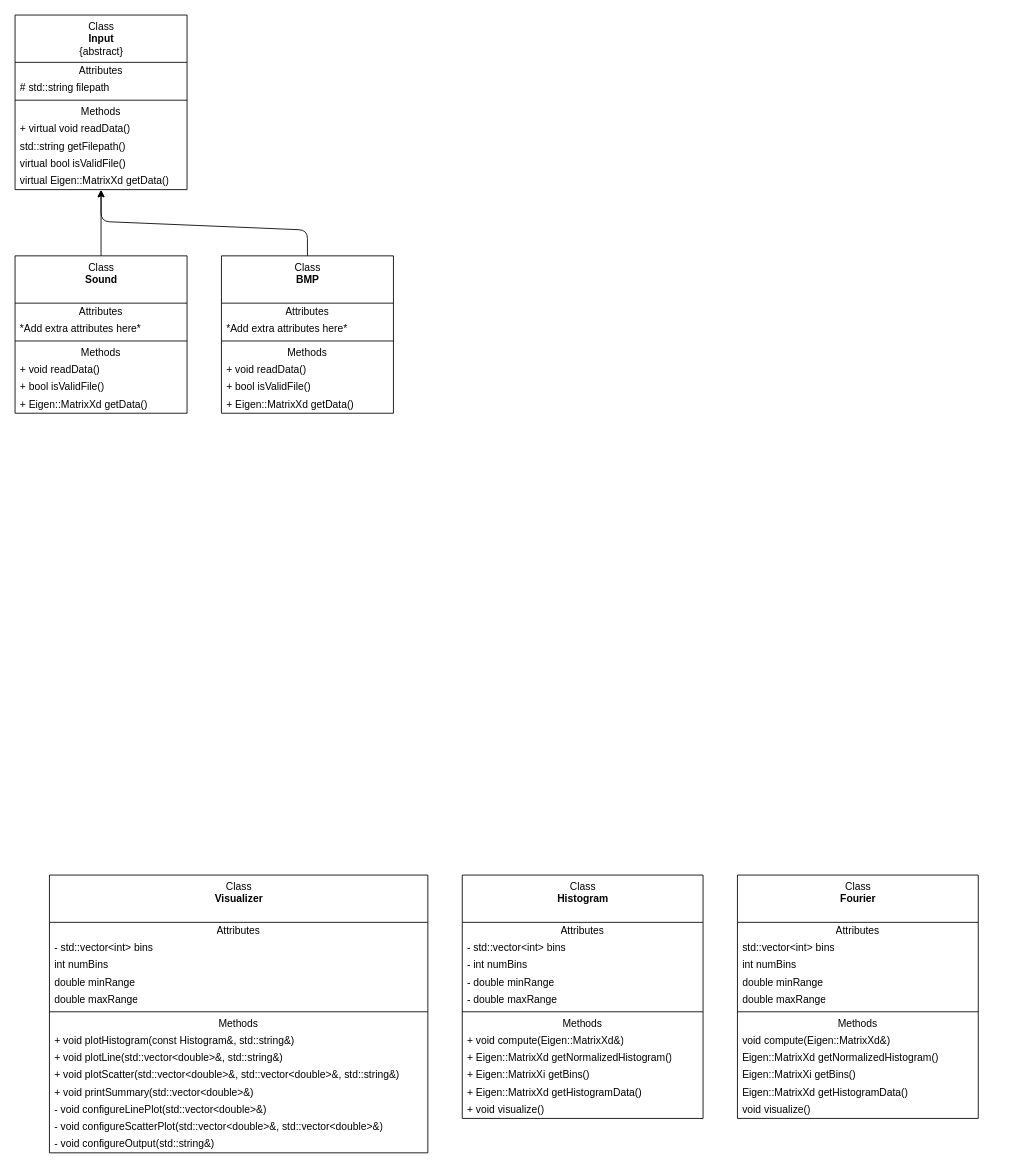
fedenicolo/PCSC_fourier keeps this draw.io diagram as class-diagram.drawio. Above is the earlier version. Source tidied: cells renumbered, new cells numbered last; positions are measured from the earlier drawing's top-left corner, leaving out a move shared by most shapes. Both pictures are drawn from the tidied source at 86%, with x=0, y=0 at pixel (15, 15).
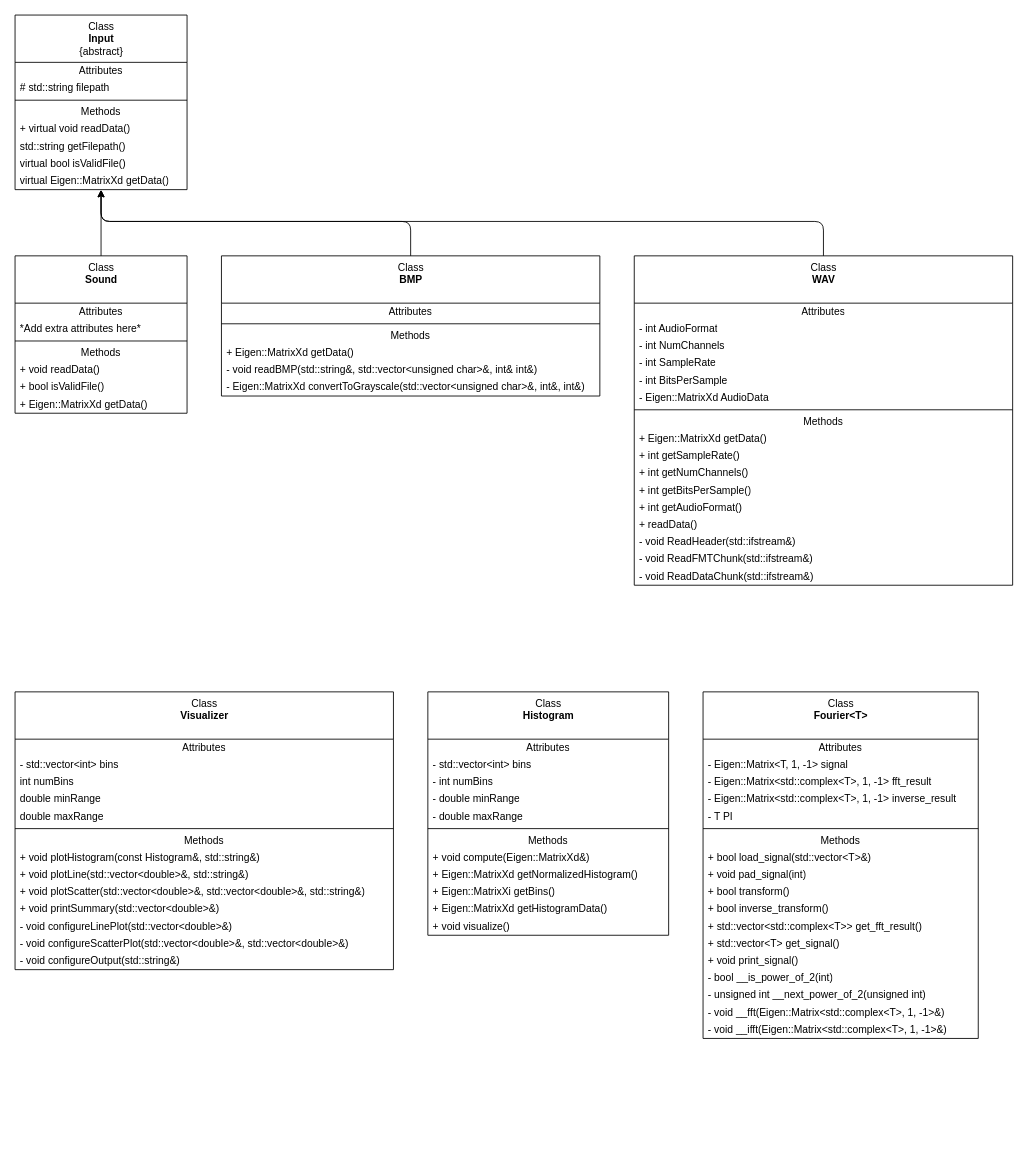
Above is the later version.

Commit message (it also covers changes not shown here):
Removed problematic findPackage function for Eigen3 in CMakeLists. We dont need this since Eigen is a local folder. Also added to the class diagram

Unchanged cells that the change refers to:
```xml
<mxCell id="10" value="virtual Eigen::MatrixXd getData()" style="text;html=1;strokeColor=none;fillColor=none;align=left;verticalAlign=middle;spacingLeft=4;spacingRight=4;overflow=hidden;points=[[0,0.5],[1,0.5]];portConstraint=eastwest;" parent="2" vertex="1">
  <mxGeometry y="183" width="200" height="20" as="geometry" />
</mxCell>
```

What changed in the source:
```diff
@@
     <mxCell id="20" value="Class&lt;br&gt;&lt;b&gt;BMP&lt;/b&gt;" style="swimlane;fontStyle=0;align=center;verticalAlign=top;horizontal=1;startSize=55;html=1;" parent="1" vertex="1">
-      <mxGeometry x="240" y="280" width="200" height="183" as="geometry" />
+      <mxGeometry x="240" y="280" width="440" height="163" as="geometry" />
     </mxCell>
     <mxCell id="21" value="Attributes" style="text;html=1;strokeColor=none;fillColor=none;align=center;verticalAlign=middle;spacingLeft=4;spacingRight=4;overflow=hidden;" parent="20" vertex="1">
-      <mxGeometry y="55" width="200" height="20" as="geometry" />
+      <mxGeometry y="55" width="440" height="20" as="geometry" />
     </mxCell>
-    <mxCell id="22" value="*Add extra attributes here*" style="text;html=1;strokeColor=none;fillColor=none;align=left;verticalAlign=middle;spacingLeft=4;spacingRight=4;overflow=hidden;" parent="20" vertex="1">
-      <mxGeometry y="75" width="200" height="20" as="geometry" />
-    </mxCell>
     <mxCell id="23" style="line;strokeWidth=1;fillColor=none;align=left;verticalAlign=middle;spacingTop=-1;spacingLeft=3;spacingRight=3;labelPosition=right;" parent="20" vertex="1">
-      <mxGeometry y="95" width="200" height="8" as="geometry" />
+      <mxGeometry y="75" width="440" height="8" as="geometry" />
     </mxCell>
     <mxCell id="24" value="Methods" style="text;html=1;strokeColor=none;fillColor=none;align=center;verticalAlign=middle;spacingLeft=4;spacingRight=4;overflow=hidden;" parent="20" vertex="1">
-      <mxGeometry y="103" width="200" height="20" as="geometry" />
+      <mxGeometry y="83" width="440" height="20" as="geometry" />
     </mxCell>
-    <mxCell id="25" value="+ void readData()" style="text;html=1;strokeColor=none;fillColor=none;align=left;verticalAlign=middle;spacingLeft=4;spacingRight=4;overflow=hidden;" parent="20" vertex="1">
-      <mxGeometry y="123" width="200" height="20" as="geometry" />
+    <mxCell id="25" value="+ Eigen::MatrixXd getData()" style="text;html=1;strokeColor=none;fillColor=none;align=left;verticalAlign=middle;spacingLeft=4;spacingRight=4;overflow=hidden;" parent="20" vertex="1">
+      <mxGeometry y="103" width="440" height="20" as="geometry" />
     </mxCell>
-    <mxCell id="26" value="+ bool isValidFile()" style="text;html=1;strokeColor=none;fillColor=none;align=left;verticalAlign=middle;spacingLeft=4;spacingRight=4;overflow=hidden;" parent="20" vertex="1">
-      <mxGeometry y="143" width="200" height="20" as="geometry" />
+    <mxCell id="26" value="- void readBMP(std::string&amp;amp;, std::vector&amp;lt;unsigned char&amp;gt;&amp;amp;, int&amp;amp; int&amp;amp;)" style="text;html=1;strokeColor=none;fillColor=none;align=left;verticalAlign=middle;spacingLeft=4;spacingRight=4;overflow=hidden;" parent="20" vertex="1">
+      <mxGeometry y="123" width="440" height="20" as="geometry" />
     </mxCell>
-    <mxCell id="27" value="+ Eigen::MatrixXd getData()" style="text;html=1;strokeColor=none;fillColor=none;align=left;verticalAlign=middle;spacingLeft=4;spacingRight=4;overflow=hidden;" parent="20" vertex="1">
-      <mxGeometry y="163" width="200" height="20" as="geometry" />
+    <mxCell id="27" value="- Eigen::MatrixXd convertToGrayscale(std::vector&amp;lt;unsigned char&amp;gt;&amp;amp;, int&amp;amp;, int&amp;amp;)" style="text;html=1;strokeColor=none;fillColor=none;align=left;verticalAlign=middle;spacingLeft=4;spacingRight=4;overflow=hidden;" parent="20" vertex="1">
+      <mxGeometry y="143" width="440" height="20" as="geometry" />
     </mxCell>
     <mxCell id="28" style="endArrow=classic;html=1;entryX=0.5;entryY=1.02;entryDx=0;entryDy=0;entryPerimeter=0;exitX=0.5;exitY=0;exitDx=0;exitDy=0;" parent="1" edge="1" source="20" target="10">
       <mxGeometry relative="1" as="geometry">
         <Array as="points">
-          <mxPoint x="340" y="250" />
+          <mxPoint x="460" y="240" />
           <mxPoint x="100" y="240" />
         </Array>
       </mxGeometry>
     </mxCell>
     <mxCell id="29" value="Class&lt;br&gt;&lt;b&gt;Histogram&lt;/b&gt;" style="swimlane;fontStyle=0;align=center;verticalAlign=top;horizontal=1;startSize=55;html=1;" parent="1" vertex="1">
-      <mxGeometry x="520" y="1000" width="280" height="283" as="geometry" />
+      <mxGeometry x="480" y="787" width="280" height="283" as="geometry" />
     </mxCell>
@@
-    <mxCell id="42" value="Class&lt;br&gt;&lt;b&gt;Fourier&lt;/b&gt;" style="swimlane;fontStyle=0;align=center;verticalAlign=top;horizontal=1;startSize=55;html=1;" parent="1" vertex="1">
-      <mxGeometry x="840" y="1000" width="280" height="283" as="geometry" />
+    <mxCell id="42" value="Class&lt;br&gt;&lt;b&gt;Fourier&amp;lt;T&amp;gt;&lt;/b&gt;" style="swimlane;fontStyle=0;align=center;verticalAlign=top;horizontal=1;startSize=55;html=1;" parent="1" vertex="1">
+      <mxGeometry x="800" y="787" width="320" height="403" as="geometry" />
     </mxCell>
     <mxCell id="43" value="Attributes" style="text;html=1;strokeColor=none;fillColor=none;align=center;verticalAlign=middle;spacingLeft=4;spacingRight=4;overflow=hidden;" parent="42" vertex="1">
-      <mxGeometry y="55" width="280" height="20" as="geometry" />
+      <mxGeometry y="55" width="320" height="20" as="geometry" />
     </mxCell>
-    <mxCell id="44" value="std::vector&amp;lt;int&amp;gt; bins" style="text;html=1;strokeColor=none;fillColor=none;align=left;verticalAlign=middle;spacingLeft=4;spacingRight=4;overflow=hidden;" parent="42" vertex="1">
-      <mxGeometry y="75" width="280" height="20" as="geometry" />
+    <mxCell id="44" value="- Eigen::Matrix&amp;lt;T, 1, -1&amp;gt; signal" style="text;html=1;strokeColor=none;fillColor=none;align=left;verticalAlign=middle;spacingLeft=4;spacingRight=4;overflow=hidden;" parent="42" vertex="1">
+      <mxGeometry y="75" width="320" height="20" as="geometry" />
     </mxCell>
-    <mxCell id="45" value="int numBins" style="text;html=1;strokeColor=none;fillColor=none;align=left;verticalAlign=middle;spacingLeft=4;spacingRight=4;overflow=hidden;" parent="42" vertex="1">
-      <mxGeometry y="95" width="280" height="20" as="geometry" />
+    <mxCell id="45" value="- Eigen::Matrix&amp;lt;std::complex&amp;lt;T&amp;gt;, 1, -1&amp;gt; fft_result" style="text;html=1;strokeColor=none;fillColor=none;align=left;verticalAlign=middle;spacingLeft=4;spacingRight=4;overflow=hidden;" parent="42" vertex="1">
+      <mxGeometry y="95" width="320" height="20" as="geometry" />
     </mxCell>
-    <mxCell id="46" value="double minRange" style="text;html=1;strokeColor=none;fillColor=none;align=left;verticalAlign=middle;spacingLeft=4;spacingRight=4;overflow=hidden;" parent="42" vertex="1">
-      <mxGeometry y="115" width="280" height="20" as="geometry" />
+    <mxCell id="46" value="- Eigen::Matrix&amp;lt;std::complex&amp;lt;T&amp;gt;, 1, -1&amp;gt; inverse_result" style="text;html=1;strokeColor=none;fillColor=none;align=left;verticalAlign=middle;spacingLeft=4;spacingRight=4;overflow=hidden;" parent="42" vertex="1">
+      <mxGeometry y="115" width="320" height="20" as="geometry" />
     </mxCell>
-    <mxCell id="47" value="double maxRange" style="text;html=1;strokeColor=none;fillColor=none;align=left;verticalAlign=middle;spacingLeft=4;spacingRight=4;overflow=hidden;" parent="42" vertex="1">
-      <mxGeometry y="135" width="280" height="20" as="geometry" />
+    <mxCell id="47" value="- T PI" style="text;html=1;strokeColor=none;fillColor=none;align=left;verticalAlign=middle;spacingLeft=4;spacingRight=4;overflow=hidden;" parent="42" vertex="1">
+      <mxGeometry y="135" width="320" height="20" as="geometry" />
     </mxCell>
     <mxCell id="48" style="line;strokeWidth=1;fillColor=none;align=left;verticalAlign=middle;spacingTop=-1;spacingLeft=3;spacingRight=3;labelPosition=right;" parent="42" vertex="1">
-      <mxGeometry y="155" width="280" height="8" as="geometry" />
+      <mxGeometry y="155" width="320" height="8" as="geometry" />
     </mxCell>
     <mxCell id="49" value="Methods" style="text;html=1;strokeColor=none;fillColor=none;align=center;verticalAlign=middle;spacingLeft=4;spacingRight=4;overflow=hidden;" parent="42" vertex="1">
-      <mxGeometry y="163" width="280" height="20" as="geometry" />
+      <mxGeometry y="163" width="320" height="20" as="geometry" />
     </mxCell>
-    <mxCell id="50" value="void compute(Eigen::MatrixXd&amp;amp;)" style="text;html=1;strokeColor=none;fillColor=none;align=left;verticalAlign=middle;spacingLeft=4;spacingRight=4;overflow=hidden;" parent="42" vertex="1">
-      <mxGeometry y="183" width="280" height="20" as="geometry" />
+    <mxCell id="50" value="+ bool load_signal(std::vector&amp;lt;T&amp;gt;&amp;amp;)" style="text;html=1;strokeColor=none;fillColor=none;align=left;verticalAlign=middle;spacingLeft=4;spacingRight=4;overflow=hidden;" parent="42" vertex="1">
+      <mxGeometry y="183" width="320" height="20" as="geometry" />
     </mxCell>
-    <mxCell id="51" value="Eigen::MatrixXd getNormalizedHistogram()" style="text;html=1;strokeColor=none;fillColor=none;align=left;verticalAlign=middle;spacingLeft=4;spacingRight=4;overflow=hidden;" parent="42" vertex="1">
-      <mxGeometry y="203" width="280" height="20" as="geometry" />
+    <mxCell id="51" value="+ void pad_signal(int)" style="text;html=1;strokeColor=none;fillColor=none;align=left;verticalAlign=middle;spacingLeft=4;spacingRight=4;overflow=hidden;" parent="42" vertex="1">
+      <mxGeometry y="203" width="320" height="20" as="geometry" />
     </mxCell>
-    <mxCell id="52" value="Eigen::MatrixXi getBins()" style="text;html=1;strokeColor=none;fillColor=none;align=left;verticalAlign=middle;spacingLeft=4;spacingRight=4;overflow=hidden;" parent="42" vertex="1">
-      <mxGeometry y="223" width="280" height="20" as="geometry" />
+    <mxCell id="52" value="+ bool transform()" style="text;html=1;strokeColor=none;fillColor=none;align=left;verticalAlign=middle;spacingLeft=4;spacingRight=4;overflow=hidden;" parent="42" vertex="1">
+      <mxGeometry y="223" width="320" height="20" as="geometry" />
     </mxCell>
-    <mxCell id="53" value="Eigen::MatrixXd getHistogramData()" style="text;html=1;strokeColor=none;fillColor=none;align=left;verticalAlign=middle;spacingLeft=4;spacingRight=4;overflow=hidden;" parent="42" vertex="1">
-      <mxGeometry y="243" width="280" height="20" as="geometry" />
+    <mxCell id="53" value="+ bool inverse_transform()" style="text;html=1;strokeColor=none;fillColor=none;align=left;verticalAlign=middle;spacingLeft=4;spacingRight=4;overflow=hidden;" parent="42" vertex="1">
+      <mxGeometry y="243" width="320" height="20" as="geometry" />
     </mxCell>
-    <mxCell id="54" value="void visualize()" style="text;html=1;strokeColor=none;fillColor=none;align=left;verticalAlign=middle;spacingLeft=4;spacingRight=4;overflow=hidden;" parent="42" vertex="1">
-      <mxGeometry y="263" width="280" height="20" as="geometry" />
+    <mxCell id="54" value="+ std::vector&amp;lt;std::complex&amp;lt;T&amp;gt;&amp;gt; get_fft_result()" style="text;html=1;strokeColor=none;fillColor=none;align=left;verticalAlign=middle;spacingLeft=4;spacingRight=4;overflow=hidden;" parent="42" vertex="1">
+      <mxGeometry y="263" width="320" height="20" as="geometry" />
     </mxCell>
+    <mxCell id="70" value="+ std::vector&amp;lt;T&amp;gt; get_signal()" style="text;html=1;strokeColor=none;fillColor=none;align=left;verticalAlign=middle;spacingLeft=4;spacingRight=4;overflow=hidden;" parent="42" vertex="1">
+      <mxGeometry y="283" width="320" height="20" as="geometry" />
+    </mxCell>
+    <mxCell id="71" value="+ void print_signal()" style="text;html=1;strokeColor=none;fillColor=none;align=left;verticalAlign=middle;spacingLeft=4;spacingRight=4;overflow=hidden;" parent="42" vertex="1">
+      <mxGeometry y="303" width="320" height="20" as="geometry" />
+    </mxCell>
+    <mxCell id="72" value="- bool __is_power_of_2(int)" style="text;html=1;strokeColor=none;fillColor=none;align=left;verticalAlign=middle;spacingLeft=4;spacingRight=4;overflow=hidden;" parent="42" vertex="1">
+      <mxGeometry y="323" width="320" height="20" as="geometry" />
+    </mxCell>
+    <mxCell id="73" value="- unsigned int __next_power_of_2(unsigned int)" style="text;html=1;strokeColor=none;fillColor=none;align=left;verticalAlign=middle;spacingLeft=4;spacingRight=4;overflow=hidden;" parent="42" vertex="1">
+      <mxGeometry y="343" width="320" height="20" as="geometry" />
+    </mxCell>
+    <mxCell id="74" value="- void __fft(Eigen::Matrix&amp;lt;std::complex&amp;lt;T&amp;gt;, 1, -1&amp;gt;&amp;amp;)" style="text;html=1;strokeColor=none;fillColor=none;align=left;verticalAlign=middle;spacingLeft=4;spacingRight=4;overflow=hidden;" parent="42" vertex="1">
+      <mxGeometry y="363" width="320" height="20" as="geometry" />
+    </mxCell>
+    <mxCell id="75" value="- void __ifft(Eigen::Matrix&amp;lt;std::complex&amp;lt;T&amp;gt;, 1, -1&amp;gt;&amp;amp;)" style="text;html=1;strokeColor=none;fillColor=none;align=left;verticalAlign=middle;spacingLeft=4;spacingRight=4;overflow=hidden;" parent="42" vertex="1">
+      <mxGeometry y="383" width="320" height="20" as="geometry" />
+    </mxCell>
     <mxCell id="55" value="Class&lt;br&gt;&lt;b&gt;Visualizer&lt;/b&gt;" style="swimlane;fontStyle=0;align=center;verticalAlign=top;horizontal=1;startSize=55;html=1;" parent="1" vertex="1">
-      <mxGeometry x="40" y="1000" width="440" height="323" as="geometry" />
+      <mxGeometry y="787" width="440" height="323" as="geometry" />
     </mxCell>
@@
+    <mxCell id="76" value="Class&lt;br&gt;&lt;b&gt;WAV&lt;/b&gt;" style="swimlane;fontStyle=0;align=center;verticalAlign=top;horizontal=1;startSize=55;html=1;" parent="1" vertex="1">
+      <mxGeometry x="720" y="280" width="440" height="383" as="geometry" />
+    </mxCell>
+    <mxCell id="77" value="Attributes" style="text;html=1;strokeColor=none;fillColor=none;align=center;verticalAlign=middle;spacingLeft=4;spacingRight=4;overflow=hidden;" parent="76" vertex="1">
+      <mxGeometry y="55" width="440" height="20" as="geometry" />
+    </mxCell>
+    <mxCell id="78" value="- int AudioFormat" style="text;html=1;strokeColor=none;fillColor=none;align=left;verticalAlign=middle;spacingLeft=4;spacingRight=4;overflow=hidden;" parent="76" vertex="1">
+      <mxGeometry y="75" width="440" height="20" as="geometry" />
+    </mxCell>
+    <mxCell id="79" value="- int NumChannels" style="text;html=1;strokeColor=none;fillColor=none;align=left;verticalAlign=middle;spacingLeft=4;spacingRight=4;overflow=hidden;" parent="76" vertex="1">
+      <mxGeometry y="95" width="440" height="20" as="geometry" />
+    </mxCell>
+    <mxCell id="80" value="- int SampleRate" style="text;html=1;strokeColor=none;fillColor=none;align=left;verticalAlign=middle;spacingLeft=4;spacingRight=4;overflow=hidden;" parent="76" vertex="1">
+      <mxGeometry y="115" width="440" height="20" as="geometry" />
+    </mxCell>
+    <mxCell id="81" value="- int BitsPerSample" style="text;html=1;strokeColor=none;fillColor=none;align=left;verticalAlign=middle;spacingLeft=4;spacingRight=4;overflow=hidden;" parent="76" vertex="1">
+      <mxGeometry y="135" width="440" height="20" as="geometry" />
+    </mxCell>
+    <mxCell id="82" value="- Eigen::MatrixXd AudioData" style="text;html=1;strokeColor=none;fillColor=none;align=left;verticalAlign=middle;spacingLeft=4;spacingRight=4;overflow=hidden;" parent="76" vertex="1">
+      <mxGeometry y="155" width="440" height="20" as="geometry" />
+    </mxCell>
+    <mxCell id="83" style="line;strokeWidth=1;fillColor=none;align=left;verticalAlign=middle;spacingTop=-1;spacingLeft=3;spacingRight=3;labelPosition=right;" parent="76" vertex="1">
+      <mxGeometry y="175" width="440" height="8" as="geometry" />
+    </mxCell>
+    <mxCell id="84" value="Methods" style="text;html=1;strokeColor=none;fillColor=none;align=center;verticalAlign=middle;spacingLeft=4;spacingRight=4;overflow=hidden;" parent="76" vertex="1">
+      <mxGeometry y="183" width="440" height="20" as="geometry" />
+    </mxCell>
+    <mxCell id="85" value="+ Eigen::MatrixXd getData()" style="text;html=1;strokeColor=none;fillColor=none;align=left;verticalAlign=middle;spacingLeft=4;spacingRight=4;overflow=hidden;" parent="76" vertex="1">
+      <mxGeometry y="203" width="440" height="20" as="geometry" />
+    </mxCell>
+    <mxCell id="86" value="+ int getSampleRate()" style="text;html=1;strokeColor=none;fillColor=none;align=left;verticalAlign=middle;spacingLeft=4;spacingRight=4;overflow=hidden;" parent="76" vertex="1">
+      <mxGeometry y="223" width="440" height="20" as="geometry" />
+    </mxCell>
+    <mxCell id="87" value="+ int getNumChannels()" style="text;html=1;strokeColor=none;fillColor=none;align=left;verticalAlign=middle;spacingLeft=4;spacingRight=4;overflow=hidden;" parent="76" vertex="1">
+      <mxGeometry y="243" width="440" height="20" as="geometry" />
+    </mxCell>
+    <mxCell id="88" value="+ int getBitsPerSample()" style="text;html=1;strokeColor=none;fillColor=none;align=left;verticalAlign=middle;spacingLeft=4;spacingRight=4;overflow=hidden;" parent="76" vertex="1">
+      <mxGeometry y="263" width="440" height="20" as="geometry" />
+    </mxCell>
+    <mxCell id="89" value="+ int getAudioFormat()" style="text;html=1;strokeColor=none;fillColor=none;align=left;verticalAlign=middle;spacingLeft=4;spacingRight=4;overflow=hidden;" parent="76" vertex="1">
+      <mxGeometry y="283" width="440" height="20" as="geometry" />
+    </mxCell>
+    <mxCell id="90" value="+ readData()" style="text;html=1;strokeColor=none;fillColor=none;align=left;verticalAlign=middle;spacingLeft=4;spacingRight=4;overflow=hidden;" parent="76" vertex="1">
+      <mxGeometry y="303" width="440" height="20" as="geometry" />
+    </mxCell>
+    <mxCell id="91" value="- void ReadHeader(std::ifstream&amp;amp;)" style="text;html=1;strokeColor=none;fillColor=none;align=left;verticalAlign=middle;spacingLeft=4;spacingRight=4;overflow=hidden;" parent="76" vertex="1">
+      <mxGeometry y="323" width="440" height="20" as="geometry" />
+    </mxCell>
+    <mxCell id="92" value="- void ReadFMTChunk(std::ifstream&amp;amp;)" style="text;html=1;strokeColor=none;fillColor=none;align=left;verticalAlign=middle;spacingLeft=4;spacingRight=4;overflow=hidden;" parent="76" vertex="1">
+      <mxGeometry y="343" width="440" height="20" as="geometry" />
+    </mxCell>
+    <mxCell id="93" value="- void ReadDataChunk(std::ifstream&amp;amp;)" style="text;html=1;strokeColor=none;fillColor=none;align=left;verticalAlign=middle;spacingLeft=4;spacingRight=4;overflow=hidden;" parent="76" vertex="1">
+      <mxGeometry y="363" width="440" height="20" as="geometry" />
+    </mxCell>
+    <mxCell id="94" style="endArrow=classic;html=1;entryX=0.5;entryY=1.02;entryDx=0;entryDy=0;entryPerimeter=0;exitX=0.5;exitY=0;exitDx=0;exitDy=0;" parent="1" edge="1" source="76">
+      <mxGeometry relative="1" as="geometry">
+        <mxPoint x="100" y="203.4" as="targetPoint" />
+        <Array as="points">
+          <mxPoint x="940" y="240" />
+          <mxPoint x="100" y="240" />
+        </Array>
+      </mxGeometry>
+    </mxCell>
```
